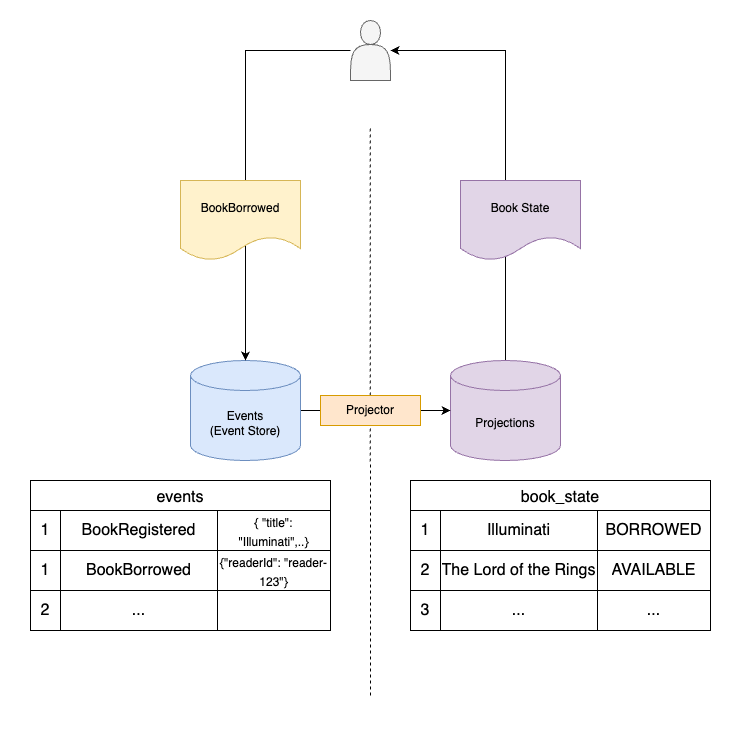
This is doc/png/projection.png from byteleaf/es-cqrs-sample, a draw.io export, as it was before one commit. Source tidied: cells renumbered, new cells last; positions are measured from the earlier drawing's top-left corner, leaving out a move shared by most shapes. Its diagram source:
```xml
<mxGraphModel>
  <root>
    <mxCell id="0" />
    <mxCell id="1" parent="0" />
    <mxCell id="2" style="whiteSpace=wrap;html=1;strokeColor=none;" parent="1" vertex="1">
      <mxGeometry width="740" height="740" as="geometry" />
    </mxCell>
    <mxCell id="3" style="edgeStyle=orthogonalEdgeStyle;rounded=0;jettySize=auto;html=1;exitX=0.5;exitY=0;exitDx=0;exitDy=0;exitPerimeter=0;" parent="1" edge="1" source="4">
      <mxGeometry relative="1" as="geometry">
        <mxPoint x="390" y="50" as="targetPoint" />
        <Array as="points">
          <mxPoint x="505" y="50" />
        </Array>
      </mxGeometry>
    </mxCell>
    <mxCell id="4" value="Projections" style="shape=cylinder3;whiteSpace=wrap;html=1;boundedLbl=1;backgroundOutline=1;size=15;fillColor=#e1d5e7;strokeColor=#9673a6;" parent="1" vertex="1">
      <mxGeometry x="450" y="360" width="110" height="100" as="geometry" />
    </mxCell>
    <mxCell id="5" style="edgeStyle=orthogonalEdgeStyle;rounded=0;jettySize=auto;html=1;" parent="1" edge="1" source="6" target="4">
      <mxGeometry relative="1" as="geometry" />
    </mxCell>
    <mxCell id="6" value="Events&lt;div&gt;(Event Store)&lt;/div&gt;" style="shape=cylinder3;whiteSpace=wrap;html=1;boundedLbl=1;backgroundOutline=1;size=15;fillColor=#dae8fc;strokeColor=#6c8ebf;" parent="1" vertex="1">
      <mxGeometry x="190" y="360" width="110" height="100" as="geometry" />
    </mxCell>
    <mxCell id="7" style="edgeStyle=orthogonalEdgeStyle;rounded=0;jettySize=auto;html=1;" parent="1" edge="1" source="8" target="6">
      <mxGeometry y="-5" relative="1" as="geometry" />
    </mxCell>
    <mxCell id="8" style="shape=actor;whiteSpace=wrap;html=1;fillColor=#f5f5f5;fontColor=#333333;strokeColor=#666666;" parent="1" vertex="1">
      <mxGeometry x="350" y="20" width="40" height="60" as="geometry" />
    </mxCell>
    <mxCell id="9" value="BookBorrowed" style="shape=document;whiteSpace=wrap;html=1;boundedLbl=1;fillColor=#fff2cc;strokeColor=#d6b656;" parent="1" vertex="1">
      <mxGeometry x="180" y="180" width="120" height="80" as="geometry" />
    </mxCell>
    <mxCell id="10" value="Book State" style="shape=document;whiteSpace=wrap;html=1;boundedLbl=1;fillColor=#e1d5e7;strokeColor=#9673a6;" parent="1" vertex="1">
      <mxGeometry x="460" y="180" width="120" height="80" as="geometry" />
    </mxCell>
    <mxCell id="11" value="book_state" style="shape=table;startSize=30;strokeColor=default;fontSize=16;" parent="1" vertex="1">
      <mxGeometry x="410" y="480" width="300" height="150" as="geometry" />
    </mxCell>
    <mxCell id="12" style="shape=tableRow;horizontal=0;startSize=0;swimlaneHead=0;swimlaneBody=0;strokeColor=inherit;top=0;left=0;bottom=0;right=0;fillColor=none;fontSize=16;" parent="11" vertex="1">
      <mxGeometry y="30" width="300" height="40" as="geometry" />
    </mxCell>
    <mxCell id="13" value="1" style="shape=partialRectangle;html=1;whiteSpace=wrap;strokeColor=inherit;overflow=hidden;fillColor=none;top=0;left=0;bottom=0;right=0;fontSize=16;" parent="12" vertex="1">
      <mxGeometry width="30" height="40" as="geometry" />
    </mxCell>
    <mxCell id="14" value="Illuminati" style="shape=partialRectangle;html=1;whiteSpace=wrap;strokeColor=inherit;overflow=hidden;fillColor=none;top=0;left=0;bottom=0;right=0;fontSize=16;" parent="12" vertex="1">
      <mxGeometry x="30" width="157" height="40" as="geometry" />
    </mxCell>
    <mxCell id="15" value="BORROWED" style="shape=partialRectangle;html=1;whiteSpace=wrap;strokeColor=inherit;overflow=hidden;fillColor=none;top=0;left=0;bottom=0;right=0;fontSize=16;" parent="12" vertex="1">
      <mxGeometry x="187" width="113" height="40" as="geometry" />
    </mxCell>
    <mxCell id="16" style="shape=tableRow;horizontal=0;startSize=0;swimlaneHead=0;swimlaneBody=0;strokeColor=inherit;top=0;left=0;bottom=0;right=0;fillColor=none;fontSize=16;" parent="11" vertex="1">
      <mxGeometry y="70" width="300" height="40" as="geometry" />
    </mxCell>
    <mxCell id="17" value="2" style="shape=partialRectangle;html=1;whiteSpace=wrap;strokeColor=inherit;overflow=hidden;fillColor=none;top=0;left=0;bottom=0;right=0;fontSize=16;" parent="16" vertex="1">
      <mxGeometry width="30" height="40" as="geometry" />
    </mxCell>
    <mxCell id="18" value="The Lord of the Rings" style="shape=partialRectangle;html=1;whiteSpace=wrap;strokeColor=inherit;overflow=hidden;fillColor=none;top=0;left=0;bottom=0;right=0;fontSize=16;" parent="16" vertex="1">
      <mxGeometry x="30" width="157" height="40" as="geometry" />
    </mxCell>
    <mxCell id="19" value="AVAILABLE" style="shape=partialRectangle;html=1;whiteSpace=wrap;strokeColor=inherit;overflow=hidden;fillColor=none;top=0;left=0;bottom=0;right=0;fontSize=16;" parent="16" vertex="1">
      <mxGeometry x="187" width="113" height="40" as="geometry" />
    </mxCell>
    <mxCell id="20" style="shape=tableRow;horizontal=0;startSize=0;swimlaneHead=0;swimlaneBody=0;strokeColor=inherit;top=0;left=0;bottom=0;right=0;fillColor=none;fontSize=16;" parent="11" vertex="1">
      <mxGeometry y="110" width="300" height="40" as="geometry" />
    </mxCell>
    <mxCell id="21" value="3" style="shape=partialRectangle;html=1;whiteSpace=wrap;strokeColor=inherit;overflow=hidden;fillColor=none;top=0;left=0;bottom=0;right=0;fontSize=16;" parent="20" vertex="1">
      <mxGeometry width="30" height="40" as="geometry" />
    </mxCell>
    <mxCell id="22" value="..." style="shape=partialRectangle;html=1;whiteSpace=wrap;strokeColor=inherit;overflow=hidden;fillColor=none;top=0;left=0;bottom=0;right=0;fontSize=16;" parent="20" vertex="1">
      <mxGeometry x="30" width="157" height="40" as="geometry" />
    </mxCell>
    <mxCell id="23" value="..." style="shape=partialRectangle;html=1;whiteSpace=wrap;strokeColor=inherit;overflow=hidden;fillColor=none;top=0;left=0;bottom=0;right=0;fontSize=16;" parent="20" vertex="1">
      <mxGeometry x="187" width="113" height="40" as="geometry" />
    </mxCell>
    <mxCell id="24" value="events" style="shape=table;startSize=30;strokeColor=default;fontSize=16;" parent="1" vertex="1">
      <mxGeometry x="30" y="480" width="300" height="150" as="geometry" />
    </mxCell>
    <mxCell id="25" style="shape=tableRow;horizontal=0;startSize=0;swimlaneHead=0;swimlaneBody=0;strokeColor=inherit;top=0;left=0;bottom=0;right=0;fillColor=none;fontSize=16;" parent="24" vertex="1">
      <mxGeometry y="30" width="300" height="40" as="geometry" />
    </mxCell>
    <mxCell id="26" value="1" style="shape=partialRectangle;html=1;whiteSpace=wrap;strokeColor=inherit;overflow=hidden;fillColor=none;top=0;left=0;bottom=0;right=0;fontSize=16;" parent="25" vertex="1">
      <mxGeometry width="30" height="40" as="geometry" />
    </mxCell>
    <mxCell id="27" value="&lt;span style=&quot;text-align: left;&quot;&gt;BookRegistered&lt;/span&gt;" style="shape=partialRectangle;html=1;whiteSpace=wrap;strokeColor=inherit;overflow=hidden;fillColor=none;top=0;left=0;bottom=0;right=0;fontSize=16;" parent="25" vertex="1">
      <mxGeometry x="30" width="157" height="40" as="geometry" />
    </mxCell>
    <mxCell id="28" value="&lt;font style=&quot;font-size: 12px;&quot;&gt;{ &quot;title&quot;: &quot;Illuminati&quot;,..}&lt;/font&gt;" style="shape=partialRectangle;html=1;whiteSpace=wrap;strokeColor=inherit;overflow=hidden;fillColor=none;top=0;left=0;bottom=0;right=0;fontSize=16;" parent="25" vertex="1">
      <mxGeometry x="187" width="113" height="40" as="geometry" />
    </mxCell>
    <mxCell id="29" style="shape=tableRow;horizontal=0;startSize=0;swimlaneHead=0;swimlaneBody=0;strokeColor=inherit;top=0;left=0;bottom=0;right=0;fillColor=none;fontSize=16;" parent="24" vertex="1">
      <mxGeometry y="70" width="300" height="40" as="geometry" />
    </mxCell>
    <mxCell id="30" value="1" style="shape=partialRectangle;html=1;whiteSpace=wrap;strokeColor=inherit;overflow=hidden;fillColor=none;top=0;left=0;bottom=0;right=0;fontSize=16;" parent="29" vertex="1">
      <mxGeometry width="30" height="40" as="geometry" />
    </mxCell>
    <mxCell id="31" value="&lt;span style=&quot;text-align: left;&quot;&gt;BookBorrowed&lt;/span&gt;" style="shape=partialRectangle;html=1;whiteSpace=wrap;strokeColor=inherit;overflow=hidden;fillColor=none;top=0;left=0;bottom=0;right=0;fontSize=16;" parent="29" vertex="1">
      <mxGeometry x="30" width="157" height="40" as="geometry" />
    </mxCell>
    <mxCell id="32" value="&lt;font style=&quot;font-size: 12px;&quot;&gt;{&quot;readerId&quot;: &quot;reader-123&quot;}&lt;/font&gt;" style="shape=partialRectangle;html=1;whiteSpace=wrap;strokeColor=inherit;overflow=hidden;fillColor=none;top=0;left=0;bottom=0;right=0;fontSize=16;" parent="29" vertex="1">
      <mxGeometry x="187" width="113" height="40" as="geometry" />
    </mxCell>
    <mxCell id="33" style="shape=tableRow;horizontal=0;startSize=0;swimlaneHead=0;swimlaneBody=0;strokeColor=inherit;top=0;left=0;bottom=0;right=0;fillColor=none;fontSize=16;" parent="24" vertex="1">
      <mxGeometry y="110" width="300" height="40" as="geometry" />
    </mxCell>
    <mxCell id="34" value="2" style="shape=partialRectangle;html=1;whiteSpace=wrap;strokeColor=inherit;overflow=hidden;fillColor=none;top=0;left=0;bottom=0;right=0;fontSize=16;" parent="33" vertex="1">
      <mxGeometry width="30" height="40" as="geometry" />
    </mxCell>
    <mxCell id="35" value="..." style="shape=partialRectangle;html=1;whiteSpace=wrap;strokeColor=inherit;overflow=hidden;fillColor=none;top=0;left=0;bottom=0;right=0;fontSize=16;" parent="33" vertex="1">
      <mxGeometry x="30" width="157" height="40" as="geometry" />
    </mxCell>
    <mxCell id="36" style="shape=partialRectangle;html=1;whiteSpace=wrap;strokeColor=inherit;overflow=hidden;fillColor=none;top=0;left=0;bottom=0;right=0;fontSize=16;" parent="33" vertex="1">
      <mxGeometry x="187" width="113" height="40" as="geometry" />
    </mxCell>
    <mxCell id="37" style="endArrow=none;dashed=1;html=1;rounded=0;exitX=0.473;exitY=0.946;exitDx=0;exitDy=0;exitPerimeter=0;" parent="1" edge="1">
      <mxGeometry relative="1" as="geometry">
        <mxPoint x="370" y="695" as="sourcePoint" />
        <mxPoint x="369.7" y="125" as="targetPoint" />
      </mxGeometry>
    </mxCell>
    <mxCell id="38" value="Projector" style="rounded=0;whiteSpace=wrap;html=1;fillColor=#ffe6cc;strokeColor=#d79b00;" parent="1" vertex="1">
      <mxGeometry x="320" y="395" width="100" height="30" as="geometry" />
    </mxCell>
  </root>
</mxGraphModel>
```
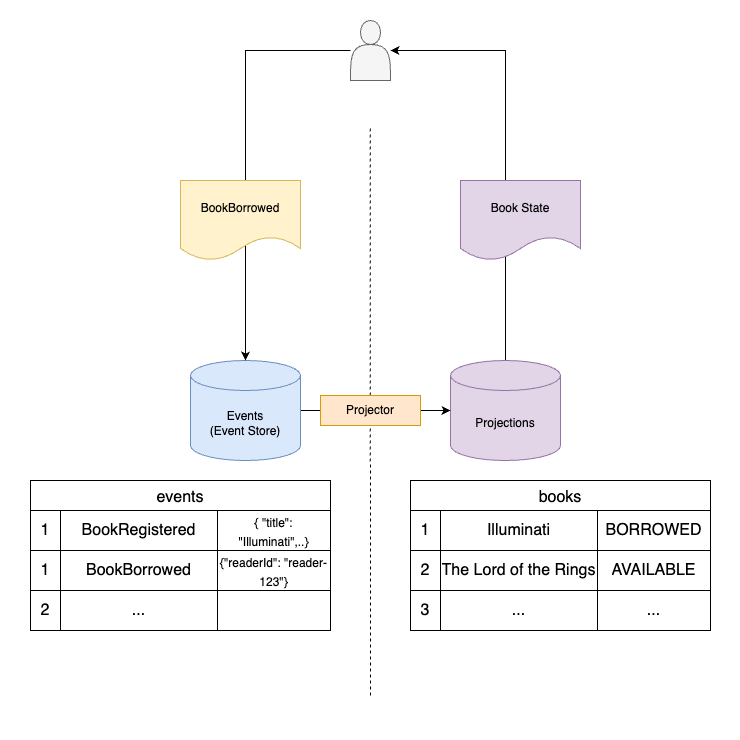
Later version of the same file.

What changed in the source:
```diff
@@ -34,7 +34,7 @@
     <mxCell id="10" value="Book State" style="shape=document;whiteSpace=wrap;html=1;boundedLbl=1;fillColor=#e1d5e7;strokeColor=#9673a6;" parent="1" vertex="1">
       <mxGeometry x="460" y="180" width="120" height="80" as="geometry" />
     </mxCell>
-    <mxCell id="11" value="book_state" style="shape=table;startSize=30;strokeColor=default;fontSize=16;" parent="1" vertex="1">
+    <mxCell id="11" value="books" style="shape=table;startSize=30;strokeColor=default;fontSize=16;" parent="1" vertex="1">
       <mxGeometry x="410" y="480" width="300" height="150" as="geometry" />
     </mxCell>
     <mxCell id="12" style="shape=tableRow;horizontal=0;startSize=0;swimlaneHead=0;swimlaneBody=0;strokeColor=inherit;top=0;left=0;bottom=0;right=0;fillColor=none;fontSize=16;" parent="11" vertex="1">
```
